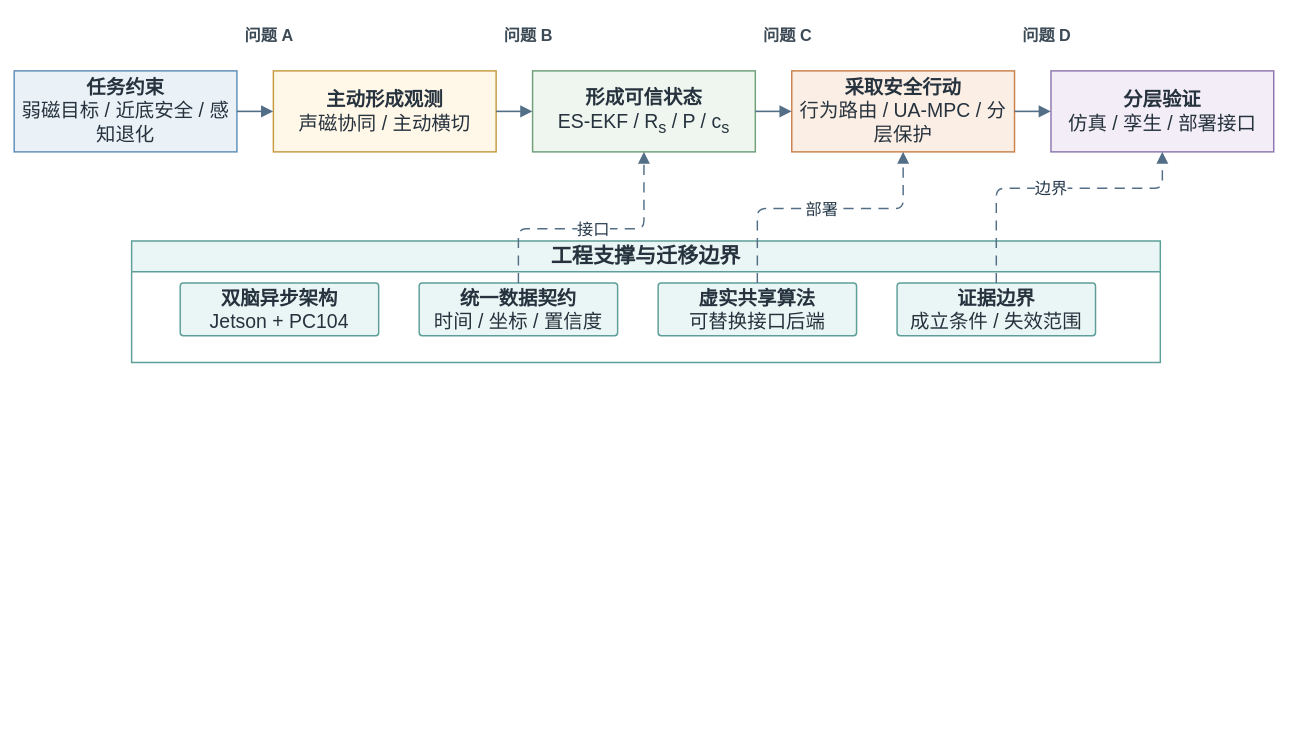
The draw.io diagram docs/thesis/figures/architecture/auv_thesis_technical_route.drawio in 360ZMEM/AUV-Master-Project, before the edit. Source tidied: cells renumbered, new cells numbered last; positions are measured from the earlier drawing's top-left corner, leaving out a move shared by most shapes. Both pictures are drawn from the tidied source at 81%, with x=0, y=0 at pixel (14, 18).
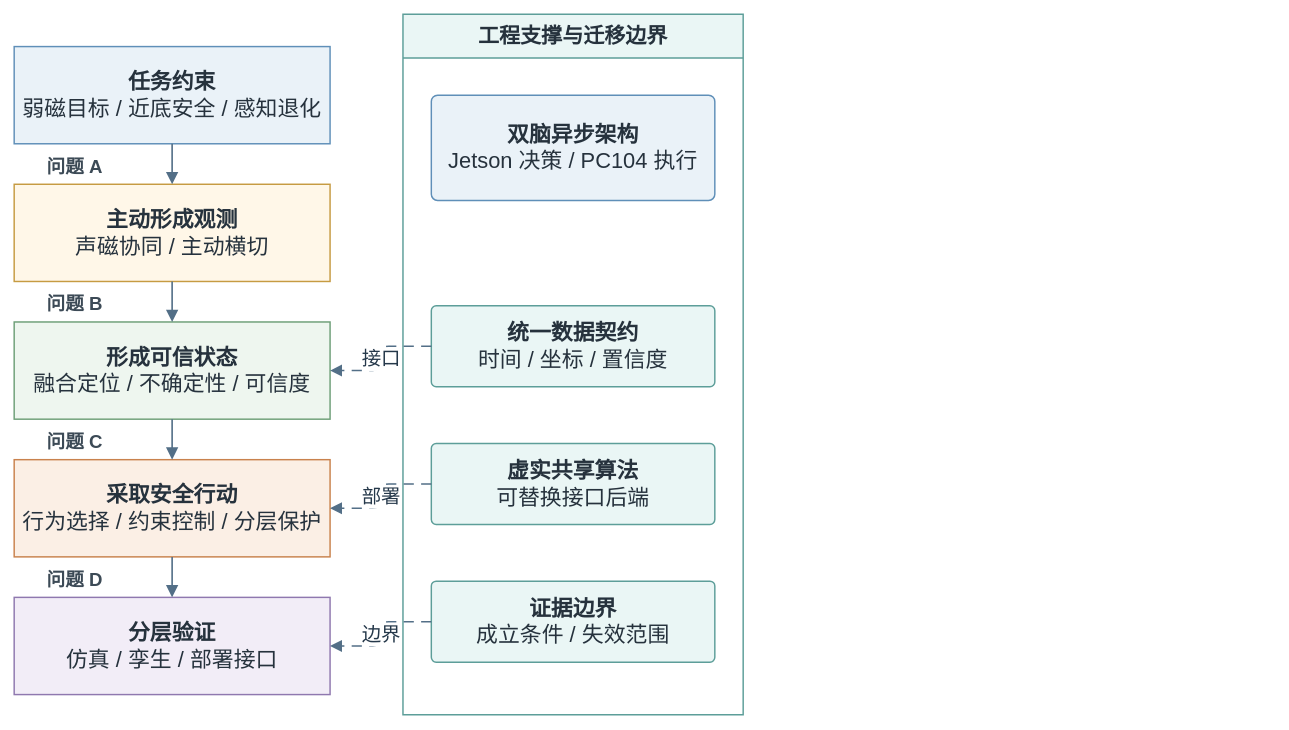
The same page after the edit.

What changed in the source:
```diff
@@
-    <mxCell id="2" value="&lt;b&gt;任务约束&lt;/b&gt;&lt;br&gt;弱磁目标 / 近底安全 / 感知退化" style="rounded=0;whiteSpace=wrap;html=1;align=center;verticalAlign=middle;fillColor=#EAF2F8;strokeColor=#5F8FB8;strokeWidth=1.8;spacing=8;fontFamily=Songti SC;fontSize=24;fontColor=#26323D;" parent="1" vertex="1">
-      <mxGeometry y="65" width="275" height="100" as="geometry" />
+    <mxCell id="2" value="&lt;b&gt;任务约束&lt;/b&gt;&lt;br&gt;弱磁目标 / 近底安全 / 感知退化" style="rounded=0;whiteSpace=wrap;html=1;align=center;verticalAlign=middle;fillColor=#EAF2F8;strokeColor=#5F8FB8;strokeWidth=1.8;spacing=8;fontFamily=Songti SC;fontSize=24;fontColor=#26323D;fontSize=27;" parent="1" vertex="1">
+      <mxGeometry y="35" width="390" height="120" as="geometry" />
     </mxCell>
-    <mxCell id="3" value="&lt;b&gt;主动形成观测&lt;/b&gt;&lt;br&gt;声磁协同 / 主动横切" style="rounded=0;whiteSpace=wrap;html=1;align=center;verticalAlign=middle;fillColor=#FFF7E8;strokeColor=#C69B42;strokeWidth=1.8;spacing=8;fontFamily=Songti SC;fontSize=24;fontColor=#26323D;" parent="1" vertex="1">
-      <mxGeometry x="320" y="65" width="275" height="100" as="geometry" />
+    <mxCell id="3" value="&lt;b&gt;主动形成观测&lt;/b&gt;&lt;br&gt;声磁协同 / 主动横切" style="rounded=0;whiteSpace=wrap;html=1;align=center;verticalAlign=middle;fillColor=#FFF7E8;strokeColor=#C69B42;strokeWidth=1.8;spacing=8;fontFamily=Songti SC;fontSize=24;fontColor=#26323D;fontSize=27;" parent="1" vertex="1">
+      <mxGeometry y="205" width="390" height="120" as="geometry" />
     </mxCell>
-    <mxCell id="4" value="&lt;b&gt;形成可信状态&lt;/b&gt;&lt;br&gt;ES-EKF / R&lt;sub&gt;s&lt;/sub&gt; / P / c&lt;sub&gt;s&lt;/sub&gt;" style="rounded=0;whiteSpace=wrap;html=1;align=center;verticalAlign=middle;fillColor=#EEF6EF;strokeColor=#6E9F78;strokeWidth=1.8;spacing=8;fontFamily=Songti SC;fontSize=24;fontColor=#26323D;" parent="1" vertex="1">
-      <mxGeometry x="640" y="65" width="275" height="100" as="geometry" />
+    <mxCell id="4" value="&lt;b&gt;形成可信状态&lt;/b&gt;&lt;br&gt;融合定位 / 不确定性 / 可信度" style="rounded=0;whiteSpace=wrap;html=1;align=center;verticalAlign=middle;fillColor=#EEF6EF;strokeColor=#6E9F78;strokeWidth=1.8;spacing=8;fontFamily=Songti SC;fontSize=24;fontColor=#26323D;fontSize=27;" parent="1" vertex="1">
+      <mxGeometry y="375" width="390" height="120" as="geometry" />
     </mxCell>
-    <mxCell id="5" value="&lt;b&gt;采取安全行动&lt;/b&gt;&lt;br&gt;行为路由 / UA-MPC / 分层保护" style="rounded=0;whiteSpace=wrap;html=1;align=center;verticalAlign=middle;fillColor=#FBEFE5;strokeColor=#C9824D;strokeWidth=1.8;spacing=8;fontFamily=Songti SC;fontSize=24;fontColor=#26323D;" parent="1" vertex="1">
-      <mxGeometry x="960" y="65" width="275" height="100" as="geometry" />
+    <mxCell id="5" value="&lt;b&gt;采取安全行动&lt;/b&gt;&lt;br&gt;行为选择 / 约束控制 / 分层保护" style="rounded=0;whiteSpace=wrap;html=1;align=center;verticalAlign=middle;fillColor=#FBEFE5;strokeColor=#C9824D;strokeWidth=1.8;spacing=8;fontFamily=Songti SC;fontSize=24;fontColor=#26323D;fontSize=27;" parent="1" vertex="1">
+      <mxGeometry y="545" width="390" height="120" as="geometry" />
     </mxCell>
-    <mxCell id="6" value="&lt;b&gt;分层验证&lt;/b&gt;&lt;br&gt;仿真 / 孪生 / 部署接口" style="rounded=0;whiteSpace=wrap;html=1;align=center;verticalAlign=middle;fillColor=#F2EDF7;strokeColor=#8F78AF;strokeWidth=1.8;spacing=8;fontFamily=Songti SC;fontSize=24;fontColor=#26323D;" parent="1" vertex="1">
-      <mxGeometry x="1280" y="65" width="275" height="100" as="geometry" />
+    <mxCell id="6" value="&lt;b&gt;分层验证&lt;/b&gt;&lt;br&gt;仿真 / 孪生 / 部署接口" style="rounded=0;whiteSpace=wrap;html=1;align=center;verticalAlign=middle;fillColor=#F2EDF7;strokeColor=#8F78AF;strokeWidth=1.8;spacing=8;fontFamily=Songti SC;fontSize=24;fontColor=#26323D;fontSize=27;" parent="1" vertex="1">
+      <mxGeometry y="715" width="390" height="120" as="geometry" />
     </mxCell>
-    <mxCell id="7" style="edgeStyle=orthogonalEdgeStyle;rounded=1;jettySize=auto;html=1;strokeColor=#536F87;strokeWidth=2.0;fontFamily=Songti SC;fontSize=20;fontStyle=1;fontColor=#25384A;labelBackgroundColor=#FFFFFF;labelBorderColor=none;endArrow=block;endFill=1;endSize=10;exitX=1;entryX=0;" parent="1" edge="1" source="2" target="3">
+    <mxCell id="7" style="edgeStyle=orthogonalEdgeStyle;rounded=1;jettySize=auto;html=1;strokeColor=#536F87;strokeWidth=2.0;fontFamily=Songti SC;fontSize=20;fontStyle=1;fontColor=#25384A;labelBackgroundColor=#FFFFFF;labelBorderColor=none;endArrow=block;endFill=1;endSize=10;exitX=0.5;exitY=1;entryX=0.5;entryY=0;" parent="1" edge="1" source="2" target="3">
       <mxGeometry relative="1" as="geometry" />
     </mxCell>
-    <mxCell id="8" value="问题 A" style="text;html=1;strokeColor=none;fillColor=none;align=center;verticalAlign=middle;whiteSpace=wrap;fontFamily=Songti SC;fontSize=20;fontColor=#3C4A56;fontStyle=1;" parent="1" vertex="1">
-      <mxGeometry x="255" width="120" height="40" as="geometry" />
+    <mxCell id="8" value="问题 A" style="text;html=1;strokeColor=none;fillColor=none;align=center;verticalAlign=middle;whiteSpace=wrap;fontFamily=Songti SC;fontSize=23;fontColor=#3C4A56;fontStyle=1;" parent="1" vertex="1">
+      <mxGeometry x="20" y="165" width="110" height="36" as="geometry" />
     </mxCell>
-    <mxCell id="9" style="edgeStyle=orthogonalEdgeStyle;rounded=1;jettySize=auto;html=1;strokeColor=#536F87;strokeWidth=2.0;fontFamily=Songti SC;fontSize=20;fontStyle=1;fontColor=#25384A;labelBackgroundColor=#FFFFFF;labelBorderColor=none;endArrow=block;endFill=1;endSize=10;exitX=1;entryX=0;" parent="1" edge="1" source="3" target="4">
+    <mxCell id="9" style="edgeStyle=orthogonalEdgeStyle;rounded=1;jettySize=auto;html=1;strokeColor=#536F87;strokeWidth=2.0;fontFamily=Songti SC;fontSize=20;fontStyle=1;fontColor=#25384A;labelBackgroundColor=#FFFFFF;labelBorderColor=none;endArrow=block;endFill=1;endSize=10;exitX=0.5;exitY=1;entryX=0.5;entryY=0;" parent="1" edge="1" source="3" target="4">
       <mxGeometry relative="1" as="geometry" />
     </mxCell>
-    <mxCell id="10" value="问题 B" style="text;html=1;strokeColor=none;fillColor=none;align=center;verticalAlign=middle;whiteSpace=wrap;fontFamily=Songti SC;fontSize=20;fontColor=#3C4A56;fontStyle=1;" parent="1" vertex="1">
-      <mxGeometry x="575" width="120" height="40" as="geometry" />
+    <mxCell id="10" value="问题 B" style="text;html=1;strokeColor=none;fillColor=none;align=center;verticalAlign=middle;whiteSpace=wrap;fontFamily=Songti SC;fontSize=23;fontColor=#3C4A56;fontStyle=1;" parent="1" vertex="1">
+      <mxGeometry x="20" y="335" width="110" height="36" as="geometry" />
     </mxCell>
-    <mxCell id="11" style="edgeStyle=orthogonalEdgeStyle;rounded=1;jettySize=auto;html=1;strokeColor=#536F87;strokeWidth=2.0;fontFamily=Songti SC;fontSize=20;fontStyle=1;fontColor=#25384A;labelBackgroundColor=#FFFFFF;labelBorderColor=none;endArrow=block;endFill=1;endSize=10;exitX=1;entryX=0;" parent="1" edge="1" source="4" target="5">
+    <mxCell id="11" style="edgeStyle=orthogonalEdgeStyle;rounded=1;jettySize=auto;html=1;strokeColor=#536F87;strokeWidth=2.0;fontFamily=Songti SC;fontSize=20;fontStyle=1;fontColor=#25384A;labelBackgroundColor=#FFFFFF;labelBorderColor=none;endArrow=block;endFill=1;endSize=10;exitX=0.5;exitY=1;entryX=0.5;entryY=0;" parent="1" edge="1" source="4" target="5">
       <mxGeometry relative="1" as="geometry" />
     </mxCell>
-    <mxCell id="12" value="问题 C" style="text;html=1;strokeColor=none;fillColor=none;align=center;verticalAlign=middle;whiteSpace=wrap;fontFamily=Songti SC;fontSize=20;fontColor=#3C4A56;fontStyle=1;" parent="1" vertex="1">
-      <mxGeometry x="895" width="120" height="40" as="geometry" />
+    <mxCell id="12" value="问题 C" style="text;html=1;strokeColor=none;fillColor=none;align=center;verticalAlign=middle;whiteSpace=wrap;fontFamily=Songti SC;fontSize=23;fontColor=#3C4A56;fontStyle=1;" parent="1" vertex="1">
+      <mxGeometry x="20" y="505" width="110" height="36" as="geometry" />
     </mxCell>
-    <mxCell id="13" style="edgeStyle=orthogonalEdgeStyle;rounded=1;jettySize=auto;html=1;strokeColor=#536F87;strokeWidth=2.0;fontFamily=Songti SC;fontSize=20;fontStyle=1;fontColor=#25384A;labelBackgroundColor=#FFFFFF;labelBorderColor=none;endArrow=block;endFill=1;endSize=10;exitX=1;entryX=0;" parent="1" edge="1" source="5" target="6">
+    <mxCell id="13" style="edgeStyle=orthogonalEdgeStyle;rounded=1;jettySize=auto;html=1;strokeColor=#536F87;strokeWidth=2.0;fontFamily=Songti SC;fontSize=20;fontStyle=1;fontColor=#25384A;labelBackgroundColor=#FFFFFF;labelBorderColor=none;endArrow=block;endFill=1;endSize=10;exitX=0.5;exitY=1;entryX=0.5;entryY=0;" parent="1" edge="1" source="5" target="6">
       <mxGeometry relative="1" as="geometry" />
     </mxCell>
-    <mxCell id="14" value="问题 D" style="text;html=1;strokeColor=none;fillColor=none;align=center;verticalAlign=middle;whiteSpace=wrap;fontFamily=Songti SC;fontSize=20;fontColor=#3C4A56;fontStyle=1;" parent="1" vertex="1">
-      <mxGeometry x="1215" width="120" height="40" as="geometry" />
+    <mxCell id="14" value="问题 D" style="text;html=1;strokeColor=none;fillColor=none;align=center;verticalAlign=middle;whiteSpace=wrap;fontFamily=Songti SC;fontSize=23;fontColor=#3C4A56;fontStyle=1;" parent="1" vertex="1">
+      <mxGeometry x="20" y="675" width="110" height="36" as="geometry" />
     </mxCell>
-    <mxCell id="15" value="工程支撑与迁移边界" style="swimlane;whiteSpace=wrap;html=1;startSize=38;rounded=0;fillColor=#EAF6F5;strokeColor=#5D9E99;strokeWidth=1.8;fontFamily=Songti SC;fontSize=26;fontStyle=1;fontColor=#26323D;" parent="1" vertex="1">
-      <mxGeometry x="145" y="275" width="1270" height="150" as="geometry" />
+    <mxCell id="15" value="工程支撑与迁移边界" style="swimlane;whiteSpace=wrap;html=1;startSize=54;rounded=0;fillColor=#EAF6F5;strokeColor=#5D9E99;strokeWidth=1.8;fontFamily=Songti SC;fontSize=26;fontStyle=1;fontColor=#26323D;" parent="1" vertex="1">
+      <mxGeometry x="480" y="-5" width="420" height="865" as="geometry" />
     </mxCell>
-    <mxCell id="16" value="&lt;b&gt;双脑异步架构&lt;/b&gt;&lt;br&gt;Jetson + PC104" style="rounded=1;arcSize=6;whiteSpace=wrap;html=1;align=center;verticalAlign=middle;fillColor=#EAF6F5;strokeColor=#5D9E99;strokeWidth=1.8;spacing=8;fontFamily=Songti SC;fontSize=24;fontColor=#26323D;" parent="15" vertex="1">
-      <mxGeometry x="60" y="52" width="245" height="65" as="geometry" />
+    <mxCell id="16" value="&lt;b&gt;双脑异步架构&lt;/b&gt;&lt;br&gt;Jetson 决策 / PC104 执行" style="rounded=1;arcSize=6;whiteSpace=wrap;html=1;align=center;verticalAlign=middle;fillColor=#EAF2F8;strokeColor=#5F8FB8;strokeWidth=1.8;spacing=8;fontFamily=Songti SC;fontSize=24;fontColor=#26323D;fontSize=27;" parent="15" vertex="1">
+      <mxGeometry x="35" y="100" width="350" height="130" as="geometry" />
     </mxCell>
-    <mxCell id="17" value="&lt;b&gt;统一数据契约&lt;/b&gt;&lt;br&gt;时间 / 坐标 / 置信度" style="rounded=1;arcSize=6;whiteSpace=wrap;html=1;align=center;verticalAlign=middle;fillColor=#EAF6F5;strokeColor=#5D9E99;strokeWidth=1.8;spacing=8;fontFamily=Songti SC;fontSize=24;fontColor=#26323D;" parent="15" vertex="1">
-      <mxGeometry x="355" y="52" width="245" height="65" as="geometry" />
+    <mxCell id="17" value="&lt;b&gt;统一数据契约&lt;/b&gt;&lt;br&gt;时间 / 坐标 / 置信度" style="rounded=1;arcSize=6;whiteSpace=wrap;html=1;align=center;verticalAlign=middle;fillColor=#EAF6F5;strokeColor=#5D9E99;strokeWidth=1.8;spacing=8;fontFamily=Songti SC;fontSize=24;fontColor=#26323D;fontSize=27;" parent="15" vertex="1">
+      <mxGeometry x="35" y="360" width="350" height="100" as="geometry" />
     </mxCell>
-    <mxCell id="18" value="&lt;b&gt;虚实共享算法&lt;/b&gt;&lt;br&gt;可替换接口后端" style="rounded=1;arcSize=6;whiteSpace=wrap;html=1;align=center;verticalAlign=middle;fillColor=#EAF6F5;strokeColor=#5D9E99;strokeWidth=1.8;spacing=8;fontFamily=Songti SC;fontSize=24;fontColor=#26323D;" parent="15" vertex="1">
-      <mxGeometry x="650" y="52" width="245" height="65" as="geometry" />
+    <mxCell id="18" value="&lt;b&gt;虚实共享算法&lt;/b&gt;&lt;br&gt;可替换接口后端" style="rounded=1;arcSize=6;whiteSpace=wrap;html=1;align=center;verticalAlign=middle;fillColor=#EAF6F5;strokeColor=#5D9E99;strokeWidth=1.8;spacing=8;fontFamily=Songti SC;fontSize=24;fontColor=#26323D;fontSize=27;" parent="15" vertex="1">
+      <mxGeometry x="35" y="530" width="350" height="100" as="geometry" />
     </mxCell>
-    <mxCell id="19" value="&lt;b&gt;证据边界&lt;/b&gt;&lt;br&gt;成立条件 / 失效范围" style="rounded=1;arcSize=6;whiteSpace=wrap;html=1;align=center;verticalAlign=middle;fillColor=#EAF6F5;strokeColor=#5D9E99;strokeWidth=1.8;spacing=8;fontFamily=Songti SC;fontSize=24;fontColor=#26323D;" parent="15" vertex="1">
-      <mxGeometry x="945" y="52" width="245" height="65" as="geometry" />
+    <mxCell id="19" value="&lt;b&gt;证据边界&lt;/b&gt;&lt;br&gt;成立条件 / 失效范围" style="rounded=1;arcSize=6;whiteSpace=wrap;html=1;align=center;verticalAlign=middle;fillColor=#EAF6F5;strokeColor=#5D9E99;strokeWidth=1.8;spacing=8;fontFamily=Songti SC;fontSize=24;fontColor=#26323D;fontSize=27;" parent="15" vertex="1">
+      <mxGeometry x="35" y="700" width="350" height="100" as="geometry" />
     </mxCell>
-    <mxCell id="20" value="接口" style="edgeStyle=orthogonalEdgeStyle;rounded=1;jettySize=auto;html=1;strokeColor=#536F87;strokeWidth=1.8;fontFamily=Songti SC;fontSize=20;fontColor=#25384A;labelBackgroundColor=#FFFFFF;labelBorderColor=none;endArrow=block;endFill=1;endSize=10;dashed=1;dashPattern=7 5;exitX=0.5;exitY=0;entryX=0.5;entryY=1;" parent="1" edge="1" source="17" target="4">
-      <mxGeometry relative="1" as="geometry">
-        <Array as="points">
-          <mxPoint x="622" y="260" />
-          <mxPoint x="777" y="260" />
-        </Array>
-      </mxGeometry>
+    <mxCell id="20" value="接口" style="edgeStyle=orthogonalEdgeStyle;rounded=1;jettySize=auto;html=1;strokeColor=#536F87;strokeWidth=1.8;fontFamily=Songti SC;fontSize=20;fontColor=#25384A;labelBackgroundColor=#FFFFFF;labelBorderColor=none;endArrow=block;endFill=1;endSize=10;dashed=1;dashPattern=7 5;exitX=0;entryX=1;fontSize=24;" parent="1" edge="1" source="17" target="4">
+      <mxGeometry relative="1" as="geometry" />
     </mxCell>
-    <mxCell id="21" value="部署" style="edgeStyle=orthogonalEdgeStyle;rounded=1;jettySize=auto;html=1;strokeColor=#536F87;strokeWidth=1.8;fontFamily=Songti SC;fontSize=20;fontColor=#25384A;labelBackgroundColor=#FFFFFF;labelBorderColor=none;endArrow=block;endFill=1;endSize=10;dashed=1;dashPattern=7 5;exitX=0.5;exitY=0;entryX=0.5;entryY=1;" parent="1" edge="1" source="18" target="5">
-      <mxGeometry relative="1" as="geometry">
-        <Array as="points">
-          <mxPoint x="917" y="235" />
-          <mxPoint x="1097" y="235" />
-        </Array>
-      </mxGeometry>
+    <mxCell id="21" value="部署" style="edgeStyle=orthogonalEdgeStyle;rounded=1;jettySize=auto;html=1;strokeColor=#536F87;strokeWidth=1.8;fontFamily=Songti SC;fontSize=20;fontColor=#25384A;labelBackgroundColor=#FFFFFF;labelBorderColor=none;endArrow=block;endFill=1;endSize=10;dashed=1;dashPattern=7 5;exitX=0;entryX=1;fontSize=24;" parent="1" edge="1" source="18" target="5">
+      <mxGeometry relative="1" as="geometry" />
     </mxCell>
-    <mxCell id="22" value="边界" style="edgeStyle=orthogonalEdgeStyle;rounded=1;jettySize=auto;html=1;strokeColor=#536F87;strokeWidth=1.8;fontFamily=Songti SC;fontSize=20;fontColor=#25384A;labelBackgroundColor=#FFFFFF;labelBorderColor=none;endArrow=block;endFill=1;endSize=10;dashed=1;dashPattern=7 5;exitX=0.5;exitY=0;entryX=0.5;entryY=1;" parent="1" edge="1" source="19" target="6">
-      <mxGeometry relative="1" as="geometry">
-        <Array as="points">
-          <mxPoint x="1212" y="210" />
-          <mxPoint x="1417" y="210" />
-        </Array>
-      </mxGeometry>
+    <mxCell id="22" value="边界" style="edgeStyle=orthogonalEdgeStyle;rounded=1;jettySize=auto;html=1;strokeColor=#536F87;strokeWidth=1.8;fontFamily=Songti SC;fontSize=20;fontColor=#25384A;labelBackgroundColor=#FFFFFF;labelBorderColor=none;endArrow=block;endFill=1;endSize=10;dashed=1;dashPattern=7 5;exitX=0;entryX=1;fontSize=24;" parent="1" edge="1" source="19" target="6">
+      <mxGeometry relative="1" as="geometry" />
     </mxCell>
```
